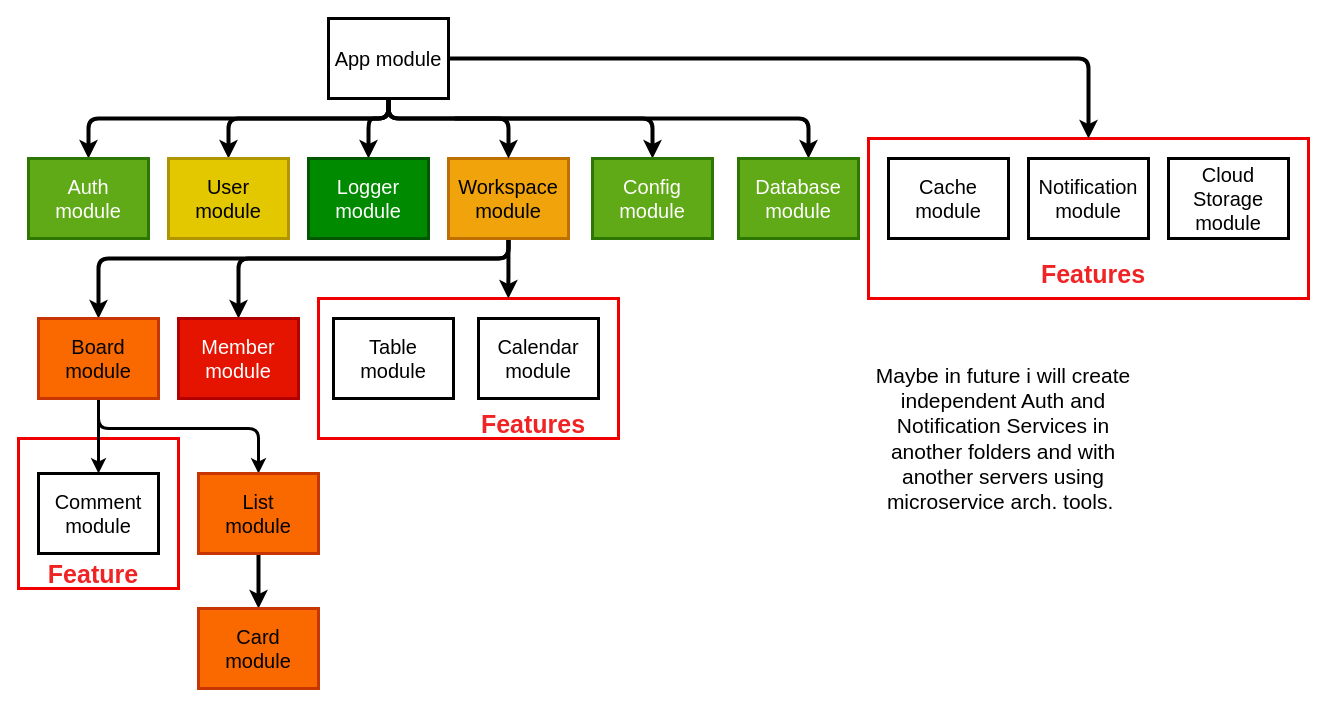
Before: page "BACKEND" (2 of 3) of project.drawio in Neodast/Tasky, a draw.io diagram. Source tidied: cells renumbered, new cells numbered last; positions are measured from the earlier drawing's top-left corner, leaving out a move shared by most shapes. Both pictures are drawn from the tidied source at 100%, with x=0, y=0 at pixel (18, 18).
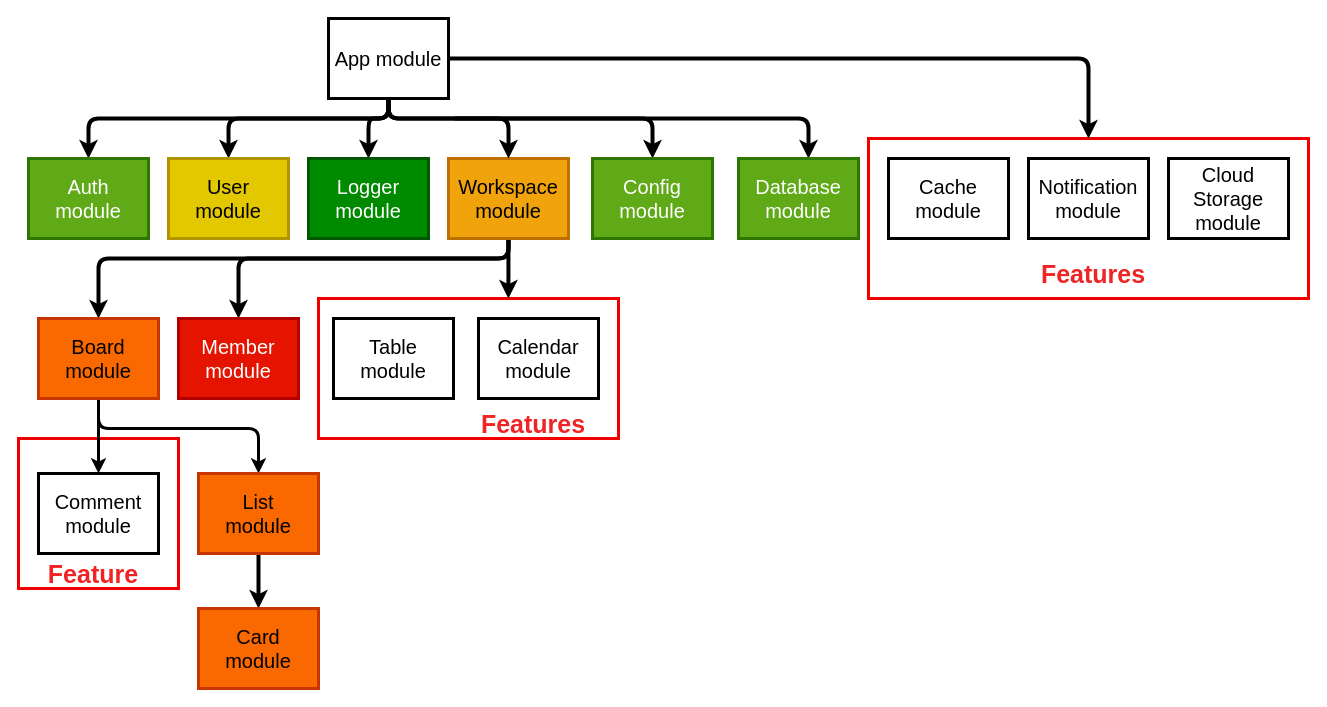
After the change.

Change to the diagram source:
```diff
@@
-    <mxCell id="33" value="Maybe in future i will create independent Auth and Notification Services in another folders and with another servers using microservice arch. tools.&amp;nbsp;" style="text;html=1;strokeColor=none;fillColor=none;align=center;verticalAlign=middle;whiteSpace=wrap;rounded=0;fontSize=21;" parent="1" vertex="1">
-      <mxGeometry x="840" y="330" width="290" height="180" as="geometry" />
-    </mxCell>
```
